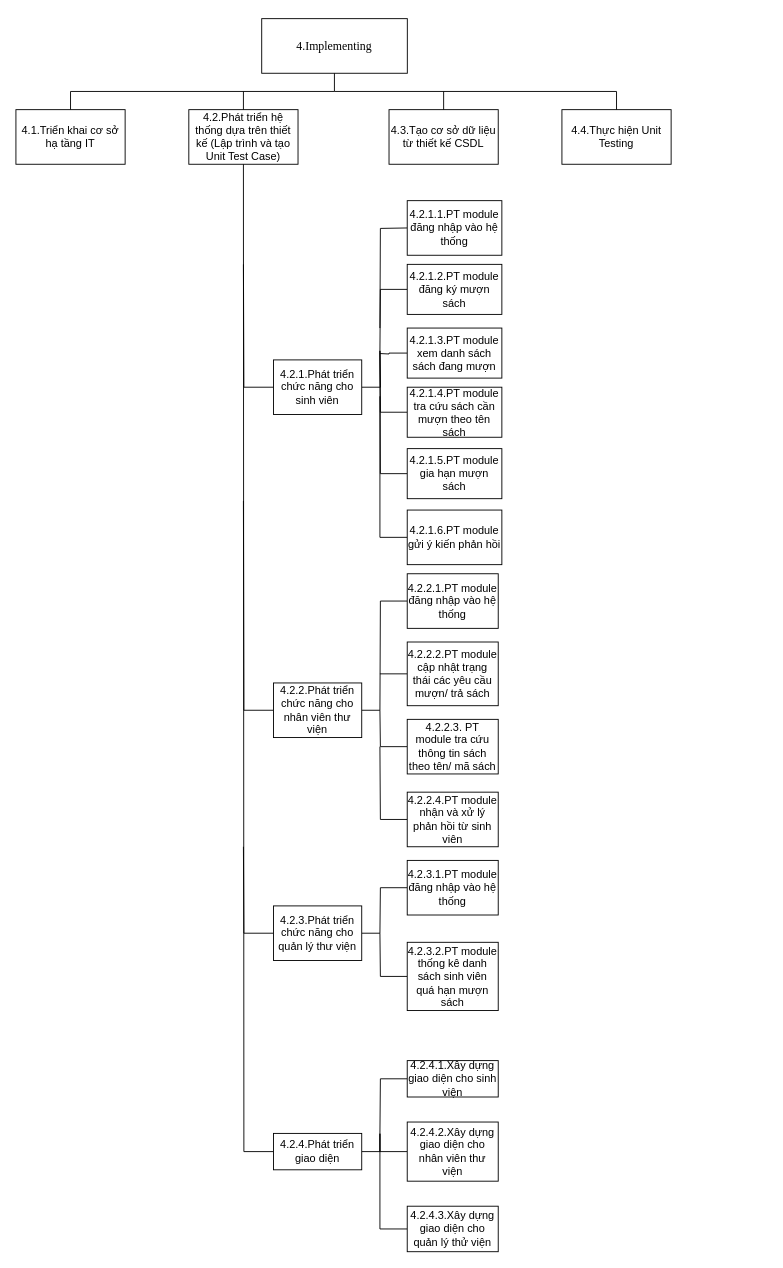
MinhNgoc61021/PM keeps this draw.io diagram as WBS Implementing.drawio. Above is the earlier version. Source tidied: cells renumbered, new cells numbered last; positions are measured from the earlier drawing's top-left corner, leaving out a move shared by most shapes. Both pictures are drawn from the tidied source at 91%, with x=0, y=0 at pixel (15, 18).
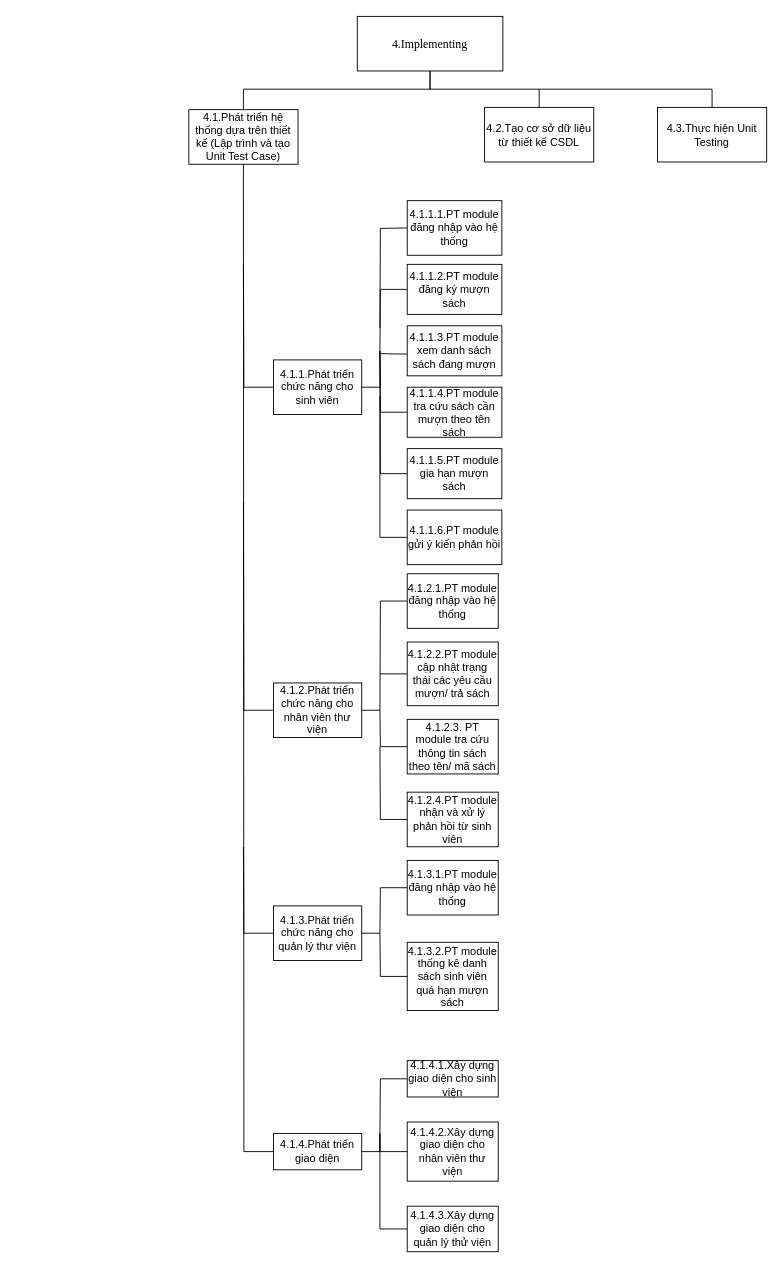
After the change.

The edit, as a diff of the source:
```diff
@@
+    <mxCell id="54" style="edgeStyle=orthogonalEdgeStyle;rounded=0;jettySize=auto;html=1;endArrow=none;endFill=0;" parent="1" edge="1" source="2" target="5">
+      <mxGeometry relative="1" as="geometry">
+        <Array as="points">
+          <mxPoint x="455" y="77.5" />
+          <mxPoint x="250" y="77.5" />
+        </Array>
+      </mxGeometry>
+    </mxCell>
     <mxCell id="2" value="4.Implementing" style="rounded=0;whiteSpace=wrap;html=1;fontFamily=Times New Roman;fontSize=13;fontStyle=0;fontColor=#000000;" parent="1" vertex="1">
-      <mxGeometry x="270.1" width="160" height="60" as="geometry" />
+      <mxGeometry x="375.1" y="-2.5" width="160" height="60" as="geometry" />
     </mxCell>
-    <mxCell id="3" value="4.1.Triển khai cơ sở hạ tầng IT" style="rounded=0;whiteSpace=wrap;html=1;" parent="1" vertex="1">
-      <mxGeometry y="100" width="120" height="60" as="geometry" />
-    </mxCell>
-    <mxCell id="4" style="edgeStyle=elbowEdgeStyle;rounded=0;jettySize=auto;elbow=vertical;html=1;exitX=0.5;exitY=1;exitDx=0;exitDy=0;entryX=0.5;entryY=0;entryDx=0;entryDy=0;endArrow=none;endFill=0;" parent="1" edge="1" target="3">
-      <mxGeometry relative="1" as="geometry">
-        <mxPoint x="350" y="60" as="sourcePoint" />
-      </mxGeometry>
-    </mxCell>
-    <mxCell id="5" value="4.2.Phát triển hệ thống dựa trên thiết kế (Lập trình và tạo Unit Test Case)" style="rounded=0;whiteSpace=wrap;html=1;" parent="1" vertex="1">
+    <mxCell id="5" value="4.1.Phát triển hệ thống dựa trên thiết kế (Lập trình và tạo Unit Test Case)" style="rounded=0;whiteSpace=wrap;html=1;" parent="1" vertex="1">
       <mxGeometry x="190" y="100" width="120" height="60" as="geometry" />
     </mxCell>
-    <mxCell id="6" style="endArrow=none;html=1;exitX=0.5;exitY=0;exitDx=0;exitDy=0;" parent="1" edge="1" source="5">
-      <mxGeometry relative="1" as="geometry">
-        <mxPoint x="250" y="80" as="targetPoint" />
-      </mxGeometry>
-    </mxCell>
-    <mxCell id="7" value="4.3.Tạo cơ sở dữ liệu từ thiết kế CSDL" style="rounded=0;whiteSpace=wrap;html=1;" parent="1" vertex="1">
-      <mxGeometry x="410" y="100" width="120" height="60" as="geometry" />
+    <mxCell id="7" value="4.2.Tạo cơ sở dữ liệu từ thiết kế CSDL" style="rounded=0;whiteSpace=wrap;html=1;" parent="1" vertex="1">
+      <mxGeometry x="515" y="97.5" width="120" height="60" as="geometry" />
     </mxCell>
-    <mxCell id="8" value="4.4.Thực hiện Unit Testing" style="rounded=0;whiteSpace=wrap;html=1;" parent="1" vertex="1">
-      <mxGeometry x="600" y="100" width="120" height="60" as="geometry" />
+    <mxCell id="8" value="4.3.Thực hiện Unit Testing" style="rounded=0;whiteSpace=wrap;html=1;" parent="1" vertex="1">
+      <mxGeometry x="705" y="97.5" width="120" height="60" as="geometry" />
     </mxCell>
     <mxCell id="9" style="endArrow=none;html=1;" parent="1" edge="1">
       <mxGeometry relative="1" as="geometry">
-        <mxPoint x="350" y="80" as="sourcePoint" />
-        <mxPoint x="660" y="80" as="targetPoint" />
+        <mxPoint x="455" y="77.5" as="sourcePoint" />
+        <mxPoint x="765" y="77.5" as="targetPoint" />
       </mxGeometry>
     </mxCell>
     <mxCell id="10" style="endArrow=none;html=1;exitX=0.5;exitY=0;exitDx=0;exitDy=0;" parent="1" edge="1" source="7">
       <mxGeometry relative="1" as="geometry">
-        <mxPoint x="470" y="80" as="targetPoint" />
+        <mxPoint x="575" y="77.5" as="targetPoint" />
       </mxGeometry>
     </mxCell>
     <mxCell id="11" style="endArrow=none;html=1;entryX=0.5;entryY=0;entryDx=0;entryDy=0;" parent="1" edge="1" target="8">
       <mxGeometry relative="1" as="geometry">
-        <mxPoint x="660" y="80" as="sourcePoint" />
+        <mxPoint x="765" y="77.5" as="sourcePoint" />
       </mxGeometry>
     </mxCell>
@@
-    <mxCell id="14" value="4.2.4.Phát triển giao diện" style="rounded=0;whiteSpace=wrap;html=1;" parent="1" vertex="1">
+    <mxCell id="14" value="4.1.4.Phát triển giao diện" style="rounded=0;whiteSpace=wrap;html=1;" parent="1" vertex="1">
       <mxGeometry x="283" y="1225" width="97" height="40" as="geometry" />
     </mxCell>
@@
-    <mxCell id="17" value="4.2.1.Phát triển chức năng cho sinh viên" style="rounded=0;whiteSpace=wrap;html=1;" parent="1" vertex="1">
+    <mxCell id="17" value="4.1.1.Phát triển chức năng cho sinh viên" style="rounded=0;whiteSpace=wrap;html=1;" parent="1" vertex="1">
       <mxGeometry x="283" y="375" width="97" height="60" as="geometry" />
     </mxCell>
@@
-    <mxCell id="20" value="4.2.2.Phát triển chức năng cho nhân viên thư viện" style="rounded=0;whiteSpace=wrap;html=1;" parent="1" vertex="1">
+    <mxCell id="20" value="4.1.2.Phát triển chức năng cho nhân viên thư viện" style="rounded=0;whiteSpace=wrap;html=1;" parent="1" vertex="1">
       <mxGeometry x="283" y="730" width="97" height="60" as="geometry" />
     </mxCell>
@@
-    <mxCell id="22" value="4.2.1.2.PT module đăng ký mượn sách" style="rounded=0;whiteSpace=wrap;html=1;" parent="1" vertex="1">
+    <mxCell id="22" value="4.1.1.2.PT module đăng ký mượn sách" style="rounded=0;whiteSpace=wrap;html=1;" parent="1" vertex="1">
       <mxGeometry x="430" y="270" width="104" height="55" as="geometry" />
     </mxCell>
     <mxCell id="23" style="edgeStyle=orthogonalEdgeStyle;rounded=0;jettySize=auto;html=1;endArrow=none;endFill=0;" parent="1" edge="1" source="24">
       <mxGeometry relative="1" as="geometry">
         <mxPoint x="400" y="368" as="targetPoint" />
+        <Array as="points">
+          <mxPoint x="419" y="368.5" />
+          <mxPoint x="419" y="368.5" />
+        </Array>
       </mxGeometry>
     </mxCell>
-    <mxCell id="24" value="4.2.1.3.PT module xem danh sách sách đang mượn" style="rounded=0;whiteSpace=wrap;html=1;" parent="1" vertex="1">
-      <mxGeometry x="430" y="340" width="104" height="55" as="geometry" />
+    <mxCell id="24" value="4.1.1.3.PT module xem danh sách sách đang mượn" style="rounded=0;whiteSpace=wrap;html=1;" parent="1" vertex="1">
+      <mxGeometry x="430" y="337.5" width="104" height="55" as="geometry" />
     </mxCell>
@@
-    <mxCell id="26" value="4.2.1.4.PT module tra cứu sách cần mượn theo tên sách" style="rounded=0;whiteSpace=wrap;html=1;" parent="1" vertex="1">
+    <mxCell id="26" value="4.1.1.4.PT module tra cứu sách cần mượn theo tên sách" style="rounded=0;whiteSpace=wrap;html=1;" parent="1" vertex="1">
       <mxGeometry x="430" y="405" width="104" height="55" as="geometry" />
     </mxCell>
@@
-    <mxCell id="28" value="4.2.1.5.PT module gia hạn mượn sách" style="rounded=0;whiteSpace=wrap;html=1;" parent="1" vertex="1">
+    <mxCell id="28" value="4.1.1.5.PT module gia hạn mượn sách" style="rounded=0;whiteSpace=wrap;html=1;" parent="1" vertex="1">
       <mxGeometry x="430" y="472.5" width="104" height="55" as="geometry" />
     </mxCell>
@@
-    <mxCell id="30" value="4.2.1.6.PT module gửi ý kiến phản hồi" style="rounded=0;whiteSpace=wrap;html=1;" parent="1" vertex="1">
+    <mxCell id="30" value="4.1.1.6.PT module gửi ý kiến phản hồi" style="rounded=0;whiteSpace=wrap;html=1;" parent="1" vertex="1">
       <mxGeometry x="430" y="540" width="104" height="60" as="geometry" />
     </mxCell>
@@
-    <mxCell id="32" value="4.2.2.2.PT module cập nhật trạng thái các yêu cầu mượn/ trả sách" style="rounded=0;whiteSpace=wrap;html=1;" parent="1" vertex="1">
+    <mxCell id="32" value="4.1.2.2.PT module cập nhật trạng thái các yêu cầu mượn/ trả sách" style="rounded=0;whiteSpace=wrap;html=1;" parent="1" vertex="1">
       <mxGeometry x="430" y="685" width="100" height="70" as="geometry" />
     </mxCell>
@@
-    <mxCell id="34" value="4.2.2.3. PT module tra cứu thông tin sách theo tên/ mã sách" style="rounded=0;whiteSpace=wrap;html=1;" parent="1" vertex="1">
+    <mxCell id="34" value="4.1.2.3. PT module tra cứu thông tin sách theo tên/ mã sách" style="rounded=0;whiteSpace=wrap;html=1;" parent="1" vertex="1">
       <mxGeometry x="430" y="770" width="100" height="60" as="geometry" />
     </mxCell>
@@
-    <mxCell id="36" value="4.2.1.1.PT module đăng nhập vào hệ thống" style="rounded=0;whiteSpace=wrap;html=1;" parent="1" vertex="1">
+    <mxCell id="36" value="4.1.1.1.PT module đăng nhập vào hệ thống" style="rounded=0;whiteSpace=wrap;html=1;" parent="1" vertex="1">
       <mxGeometry x="430" y="200" width="104" height="60" as="geometry" />
     </mxCell>
@@
-    <mxCell id="38" value="4.2.2.1.PT module đăng nhập vào hệ thống" style="rounded=0;whiteSpace=wrap;html=1;" parent="1" vertex="1">
+    <mxCell id="38" value="4.1.2.1.PT module đăng nhập vào hệ thống" style="rounded=0;whiteSpace=wrap;html=1;" parent="1" vertex="1">
       <mxGeometry x="430" y="610" width="100" height="60" as="geometry" />
     </mxCell>
@@
-    <mxCell id="40" value="4.2.2.4.PT module nhận và xử lý phản hồi từ sinh viên" style="rounded=0;whiteSpace=wrap;html=1;" parent="1" vertex="1">
+    <mxCell id="40" value="4.1.2.4.PT module nhận và xử lý phản hồi từ sinh viên" style="rounded=0;whiteSpace=wrap;html=1;" parent="1" vertex="1">
       <mxGeometry x="430" y="850" width="100" height="60" as="geometry" />
     </mxCell>
@@
-    <mxCell id="43" value="4.2.3.Phát triển chức năng cho quản lý thư viện" style="rounded=0;whiteSpace=wrap;html=1;" parent="1" vertex="1">
+    <mxCell id="43" value="4.1.3.Phát triển chức năng cho quản lý thư viện" style="rounded=0;whiteSpace=wrap;html=1;" parent="1" vertex="1">
       <mxGeometry x="283" y="975" width="97" height="60" as="geometry" />
     </mxCell>
@@
-    <mxCell id="45" value="4.2.3.1.PT module đăng nhập vào hệ thống" style="rounded=0;whiteSpace=wrap;html=1;" parent="1" vertex="1">
+    <mxCell id="45" value="4.1.3.1.PT module đăng nhập vào hệ thống" style="rounded=0;whiteSpace=wrap;html=1;" parent="1" vertex="1">
       <mxGeometry x="430" y="925" width="100" height="60" as="geometry" />
     </mxCell>
@@
-    <mxCell id="47" value="4.2.3.2.PT module thống kê danh sách sinh viên quá hạn mượn sách" style="rounded=0;whiteSpace=wrap;html=1;" parent="1" vertex="1">
+    <mxCell id="47" value="4.1.3.2.PT module thống kê danh sách sinh viên quá hạn mượn sách" style="rounded=0;whiteSpace=wrap;html=1;" parent="1" vertex="1">
       <mxGeometry x="430" y="1015" width="100" height="75" as="geometry" />
     </mxCell>
@@
-    <mxCell id="49" value="4.2.4.1.Xây dựng giao diện cho sinh viện" style="rounded=0;whiteSpace=wrap;html=1;" parent="1" vertex="1">
+    <mxCell id="49" value="4.1.4.1.Xây dựng giao diện cho sinh viện" style="rounded=0;whiteSpace=wrap;html=1;" parent="1" vertex="1">
       <mxGeometry x="430" y="1145" width="100" height="40" as="geometry" />
     </mxCell>
@@
-    <mxCell id="51" value="4.2.4.2.Xây dựng giao diện cho nhân viên thư viện" style="rounded=0;whiteSpace=wrap;html=1;" parent="1" vertex="1">
+    <mxCell id="51" value="4.1.4.2.Xây dựng giao diện cho nhân viên thư viện" style="rounded=0;whiteSpace=wrap;html=1;" parent="1" vertex="1">
       <mxGeometry x="430" y="1212.5" width="100" height="65" as="geometry" />
     </mxCell>
@@
-    <mxCell id="53" value="4.2.4.3.Xây dựng giao diện cho quản lý thử viện" style="rounded=0;whiteSpace=wrap;html=1;" parent="1" vertex="1">
+    <mxCell id="53" value="4.1.4.3.Xây dựng giao diện cho quản lý thử viện" style="rounded=0;whiteSpace=wrap;html=1;" parent="1" vertex="1">
       <mxGeometry x="430" y="1305" width="100" height="50" as="geometry" />
     </mxCell>
+    <mxCell id="55" style="endArrow=none;html=1;entryX=0.5;entryY=1;entryDx=0;entryDy=0;" parent="1" edge="1" target="2">
+      <mxGeometry relative="1" as="geometry">
+        <mxPoint x="455" y="77.5" as="sourcePoint" />
+      </mxGeometry>
+    </mxCell>
```
